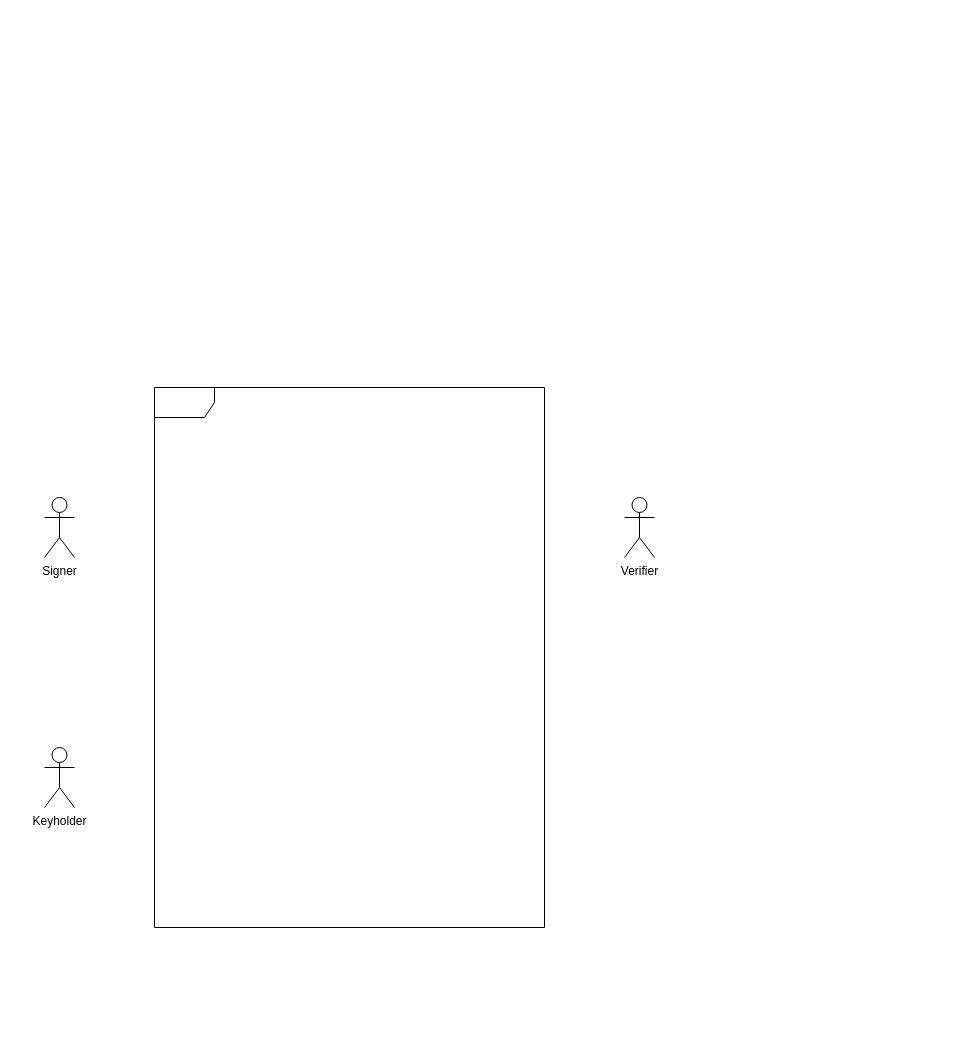
This is Diagrams/Use case diagram.drawio from Sladamos/QualifiedElectronicSignature, a draw.io file, before an edit. Source tidied: cells renumbered, new cells numbered last; positions are measured from the earlier drawing's top-left corner, leaving out a move shared by most shapes. Both pictures are drawn from the tidied source at 100%, with x=0, y=0 at pixel (44, 387).
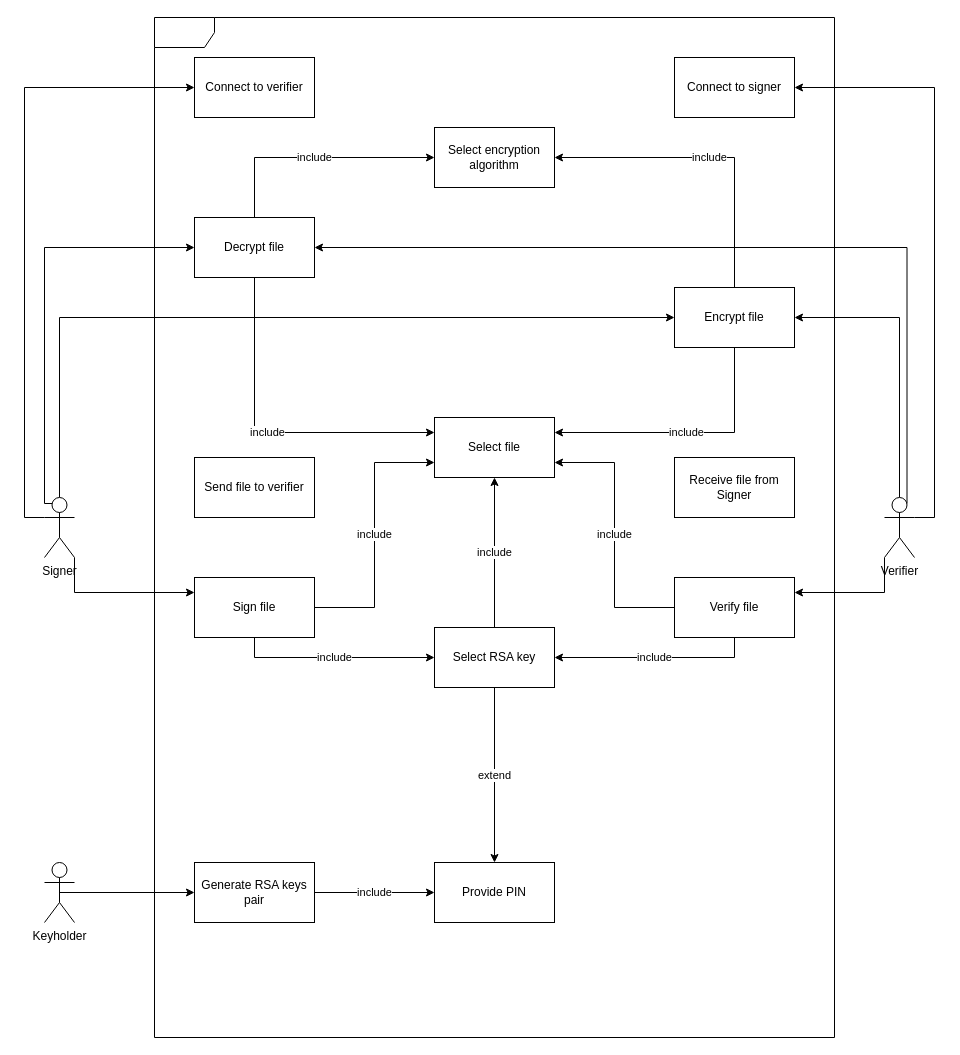
The same diagram, later.

Commit message:
Big use case diagram created as a template for description

The change refers to these unchanged cells:
```xml
<mxCell id="2" value="Signer" style="shape=umlActor;verticalLabelPosition=bottom;verticalAlign=top;html=1;" parent="1" vertex="1">
  <mxGeometry y="110" width="30" height="60" as="geometry" />
</mxCell>
```

Change to the diagram source:
```diff
@@
+    <mxCell id="6" style="edgeStyle=orthogonalEdgeStyle;rounded=0;jettySize=auto;html=1;exitX=1;exitY=1;exitDx=0;exitDy=0;exitPerimeter=0;entryX=0;entryY=0.25;entryDx=0;entryDy=0;" parent="1" edge="1" source="2" target="22">
+      <mxGeometry relative="1" as="geometry" />
+    </mxCell>
+    <mxCell id="7" style="edgeStyle=orthogonalEdgeStyle;rounded=0;jettySize=auto;html=1;exitX=0.25;exitY=0.1;exitDx=0;exitDy=0;exitPerimeter=0;entryX=0;entryY=0.5;entryDx=0;entryDy=0;" parent="1" edge="1" source="2" target="29">
+      <mxGeometry relative="1" as="geometry">
+        <Array as="points">
+          <mxPoint y="116" />
+          <mxPoint y="-140" />
+        </Array>
+      </mxGeometry>
+    </mxCell>
+    <mxCell id="8" style="edgeStyle=orthogonalEdgeStyle;rounded=0;jettySize=auto;html=1;exitX=0.5;exitY=0;exitDx=0;exitDy=0;exitPerimeter=0;entryX=0;entryY=0.5;entryDx=0;entryDy=0;" parent="1" edge="1" source="2" target="26">
+      <mxGeometry relative="1" as="geometry" />
+    </mxCell>
+    <mxCell id="9" style="edgeStyle=orthogonalEdgeStyle;rounded=0;jettySize=auto;html=1;exitX=0;exitY=0.3333333333333333;exitDx=0;exitDy=0;exitPerimeter=0;entryX=0;entryY=0.5;entryDx=0;entryDy=0;" parent="1" edge="1" source="2" target="36">
+      <mxGeometry relative="1" as="geometry" />
+    </mxCell>
@@
     <mxCell id="3" style="shape=umlFrame;whiteSpace=wrap;html=1;" parent="1" vertex="1">
-      <mxGeometry x="110" width="390" height="540" as="geometry" />
+      <mxGeometry x="110" y="-370" width="680" height="1020" as="geometry" />
     </mxCell>
+    <mxCell id="10" style="edgeStyle=orthogonalEdgeStyle;rounded=0;jettySize=auto;html=1;exitX=0.5;exitY=0.5;exitDx=0;exitDy=0;exitPerimeter=0;entryX=0;entryY=0.5;entryDx=0;entryDy=0;" parent="1" edge="1" source="4" target="16">
+      <mxGeometry relative="1" as="geometry" />
+    </mxCell>
     <mxCell id="4" value="Keyholder" style="shape=umlActor;verticalLabelPosition=bottom;verticalAlign=top;html=1;" parent="1" vertex="1">
-      <mxGeometry y="360" width="30" height="60" as="geometry" />
+      <mxGeometry y="475" width="30" height="60" as="geometry" />
     </mxCell>
+    <mxCell id="11" style="edgeStyle=orthogonalEdgeStyle;rounded=0;jettySize=auto;html=1;exitX=0;exitY=1;exitDx=0;exitDy=0;exitPerimeter=0;entryX=1;entryY=0.25;entryDx=0;entryDy=0;" parent="1" edge="1" source="5" target="19">
+      <mxGeometry relative="1" as="geometry" />
+    </mxCell>
+    <mxCell id="12" style="edgeStyle=orthogonalEdgeStyle;rounded=0;jettySize=auto;html=1;exitX=0.75;exitY=0.1;exitDx=0;exitDy=0;exitPerimeter=0;entryX=1;entryY=0.5;entryDx=0;entryDy=0;" parent="1" edge="1" source="5" target="29">
+      <mxGeometry relative="1" as="geometry">
+        <Array as="points">
+          <mxPoint x="863" y="-140" />
+        </Array>
+      </mxGeometry>
+    </mxCell>
+    <mxCell id="13" style="edgeStyle=orthogonalEdgeStyle;rounded=0;jettySize=auto;html=1;exitX=0.5;exitY=0;exitDx=0;exitDy=0;exitPerimeter=0;entryX=1;entryY=0.5;entryDx=0;entryDy=0;" parent="1" edge="1" source="5" target="26">
+      <mxGeometry relative="1" as="geometry" />
+    </mxCell>
+    <mxCell id="14" style="edgeStyle=orthogonalEdgeStyle;rounded=0;jettySize=auto;html=1;exitX=1;exitY=0.3333333333333333;exitDx=0;exitDy=0;exitPerimeter=0;entryX=1;entryY=0.5;entryDx=0;entryDy=0;" parent="1" edge="1" source="5" target="37">
+      <mxGeometry relative="1" as="geometry" />
+    </mxCell>
     <mxCell id="5" value="Verifier" style="shape=umlActor;verticalLabelPosition=bottom;verticalAlign=top;html=1;" parent="1" vertex="1">
-      <mxGeometry x="580" y="110" width="30" height="60" as="geometry" />
+      <mxGeometry x="840" y="110" width="30" height="60" as="geometry" />
     </mxCell>
+    <mxCell id="15" value="include" style="edgeStyle=orthogonalEdgeStyle;rounded=0;jettySize=auto;html=1;exitX=1;exitY=0.5;exitDx=0;exitDy=0;entryX=0;entryY=0.5;entryDx=0;entryDy=0;" parent="1" edge="1" source="16" target="35">
+      <mxGeometry relative="1" as="geometry" />
+    </mxCell>
+    <mxCell id="16" value="Generate RSA keys pair" style="rounded=0;whiteSpace=wrap;html=1;" parent="1" vertex="1">
+      <mxGeometry x="150" y="475" width="120" height="60" as="geometry" />
+    </mxCell>
+    <mxCell id="17" value="include" style="edgeStyle=orthogonalEdgeStyle;rounded=0;jettySize=auto;html=1;exitX=0;exitY=0.5;exitDx=0;exitDy=0;entryX=1;entryY=0.75;entryDx=0;entryDy=0;" parent="1" edge="1" source="19" target="31">
+      <mxGeometry relative="1" as="geometry" />
+    </mxCell>
+    <mxCell id="18" value="include" style="edgeStyle=orthogonalEdgeStyle;rounded=0;jettySize=auto;html=1;exitX=0.5;exitY=1;exitDx=0;exitDy=0;entryX=1;entryY=0.5;entryDx=0;entryDy=0;" parent="1" edge="1" source="19" target="34">
+      <mxGeometry relative="1" as="geometry" />
+    </mxCell>
+    <mxCell id="19" value="Verify file" style="rounded=0;whiteSpace=wrap;html=1;" parent="1" vertex="1">
+      <mxGeometry x="630" y="190" width="120" height="60" as="geometry" />
+    </mxCell>
+    <mxCell id="20" value="include" style="edgeStyle=orthogonalEdgeStyle;rounded=0;jettySize=auto;html=1;exitX=1;exitY=0.5;exitDx=0;exitDy=0;entryX=0;entryY=0.75;entryDx=0;entryDy=0;" parent="1" edge="1" source="22" target="31">
+      <mxGeometry relative="1" as="geometry" />
+    </mxCell>
+    <mxCell id="21" value="include" style="edgeStyle=orthogonalEdgeStyle;rounded=0;jettySize=auto;html=1;entryX=0;entryY=0.5;entryDx=0;entryDy=0;exitX=0.5;exitY=1;exitDx=0;exitDy=0;" parent="1" edge="1" source="22" target="34">
+      <mxGeometry relative="1" as="geometry" />
+    </mxCell>
+    <mxCell id="22" value="Sign file" style="rounded=0;whiteSpace=wrap;html=1;" parent="1" vertex="1">
+      <mxGeometry x="150" y="190" width="120" height="60" as="geometry" />
+    </mxCell>
+    <mxCell id="23" value="Send file to verifier" style="rounded=0;whiteSpace=wrap;html=1;" parent="1" vertex="1">
+      <mxGeometry x="150" y="70" width="120" height="60" as="geometry" />
+    </mxCell>
+    <mxCell id="24" value="include" style="edgeStyle=orthogonalEdgeStyle;rounded=0;jettySize=auto;html=1;entryX=1;entryY=0.25;entryDx=0;entryDy=0;exitX=0.5;exitY=1;exitDx=0;exitDy=0;" parent="1" edge="1" source="26" target="31">
+      <mxGeometry relative="1" as="geometry" />
+    </mxCell>
+    <mxCell id="25" value="include" style="edgeStyle=orthogonalEdgeStyle;rounded=0;jettySize=auto;html=1;exitX=0.5;exitY=0;exitDx=0;exitDy=0;entryX=1;entryY=0.5;entryDx=0;entryDy=0;" parent="1" edge="1" source="26" target="38">
+      <mxGeometry relative="1" as="geometry" />
+    </mxCell>
+    <mxCell id="26" value="Encrypt file" style="rounded=0;whiteSpace=wrap;html=1;" parent="1" vertex="1">
+      <mxGeometry x="630" y="-100" width="120" height="60" as="geometry" />
+    </mxCell>
+    <mxCell id="27" value="include" style="edgeStyle=orthogonalEdgeStyle;rounded=0;jettySize=auto;html=1;exitX=0.5;exitY=1;exitDx=0;exitDy=0;entryX=0;entryY=0.25;entryDx=0;entryDy=0;" parent="1" edge="1" source="29" target="31">
+      <mxGeometry relative="1" as="geometry" />
+    </mxCell>
+    <mxCell id="28" value="include" style="edgeStyle=orthogonalEdgeStyle;rounded=0;jettySize=auto;html=1;exitX=0.5;exitY=0;exitDx=0;exitDy=0;entryX=0;entryY=0.5;entryDx=0;entryDy=0;" parent="1" edge="1" source="29" target="38">
+      <mxGeometry relative="1" as="geometry" />
+    </mxCell>
+    <mxCell id="29" value="Decrypt file" style="rounded=0;whiteSpace=wrap;html=1;" parent="1" vertex="1">
+      <mxGeometry x="150" y="-170" width="120" height="60" as="geometry" />
+    </mxCell>
+    <mxCell id="30" value="Receive file from Signer" style="rounded=0;whiteSpace=wrap;html=1;" parent="1" vertex="1">
+      <mxGeometry x="630" y="70" width="120" height="60" as="geometry" />
+    </mxCell>
+    <mxCell id="31" value="Select file" style="rounded=0;whiteSpace=wrap;html=1;" parent="1" vertex="1">
+      <mxGeometry x="390" y="30" width="120" height="60" as="geometry" />
+    </mxCell>
+    <mxCell id="32" value="extend" style="edgeStyle=orthogonalEdgeStyle;rounded=0;jettySize=auto;html=1;exitX=0.5;exitY=1;exitDx=0;exitDy=0;entryX=0.5;entryY=0;entryDx=0;entryDy=0;" parent="1" edge="1" source="34" target="35">
+      <mxGeometry relative="1" as="geometry" />
+    </mxCell>
+    <mxCell id="33" value="include" style="edgeStyle=orthogonalEdgeStyle;rounded=0;jettySize=auto;html=1;exitX=0.5;exitY=0;exitDx=0;exitDy=0;entryX=0.5;entryY=1;entryDx=0;entryDy=0;" parent="1" edge="1" source="34" target="31">
+      <mxGeometry relative="1" as="geometry" />
+    </mxCell>
+    <mxCell id="34" value="Select RSA key" style="rounded=0;whiteSpace=wrap;html=1;" parent="1" vertex="1">
+      <mxGeometry x="390" y="240" width="120" height="60" as="geometry" />
+    </mxCell>
+    <mxCell id="35" value="Provide PIN" style="rounded=0;whiteSpace=wrap;html=1;" parent="1" vertex="1">
+      <mxGeometry x="390" y="475" width="120" height="60" as="geometry" />
+    </mxCell>
+    <mxCell id="36" value="Connect to verifier" style="rounded=0;whiteSpace=wrap;html=1;" parent="1" vertex="1">
+      <mxGeometry x="150" y="-330" width="120" height="60" as="geometry" />
+    </mxCell>
+    <mxCell id="37" value="Connect to signer" style="rounded=0;whiteSpace=wrap;html=1;" parent="1" vertex="1">
+      <mxGeometry x="630" y="-330" width="120" height="60" as="geometry" />
+    </mxCell>
+    <mxCell id="38" value="Select encryption algorithm" style="rounded=0;whiteSpace=wrap;html=1;" parent="1" vertex="1">
+      <mxGeometry x="390" y="-260" width="120" height="60" as="geometry" />
+    </mxCell>
```
